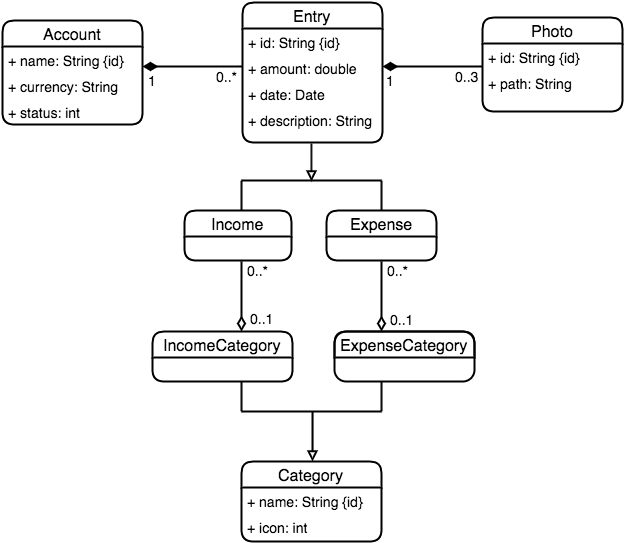
This is imagenes/class_diagram_mobile.png from susana1710/libro-pasantia, a draw.io export, as it was before one commit. Source tidied: cells renumbered, new cells last; positions are measured from the earlier drawing's top-left corner, leaving out a move shared by most shapes.
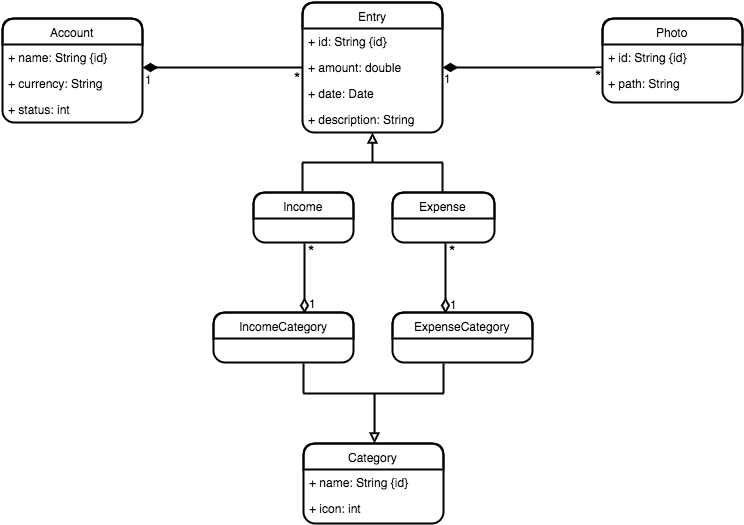
The same diagram one commit later.

The edit, as a diff of the source:
```diff
@@ -2,174 +2,173 @@
   <root>
     <mxCell id="0" />
     <mxCell id="1" parent="0" />
-    <mxCell id="2" value="&lt;font style=&quot;font-size: 16px&quot;&gt;Account&lt;/font&gt;" style="swimlane;html=1;fontStyle=0;horizontal=1;startSize=26;swimlaneFillColor=none;rounded=1;strokeWidth=2;plain-blue;strokeColor=#000000;fillColor=none;" parent="1" vertex="1">
-      <mxGeometry y="18" width="140" height="104" as="geometry" />
+    <mxCell id="2" value="Account" style="swimlane;html=1;fontStyle=0;horizontal=1;startSize=26;fillColor=none;swimlaneFillColor=#ffffff;rounded=1;strokeWidth=2;" parent="1" vertex="1">
+      <mxGeometry x="-60" y="15" width="140" height="104" as="geometry" />
     </mxCell>
-    <mxCell id="3" value="&lt;font style=&quot;font-size: 14px&quot;&gt;+ name: String {id}&lt;/font&gt;" style="text;html=1;strokeColor=none;fillColor=none;align=left;verticalAlign=top;spacingLeft=4;spacingRight=4;whiteSpace=wrap;overflow=hidden;" parent="2" vertex="1">
+    <mxCell id="3" value="+ name: String {id}" style="text;html=1;strokeColor=none;fillColor=none;align=left;verticalAlign=top;spacingLeft=4;spacingRight=4;whiteSpace=wrap;overflow=hidden;" parent="2" vertex="1">
       <mxGeometry y="26" width="140" height="26" as="geometry" />
     </mxCell>
-    <mxCell id="4" value="&lt;font style=&quot;font-size: 14px&quot;&gt;+ currency: String&lt;/font&gt;" style="text;html=1;strokeColor=none;fillColor=none;align=left;verticalAlign=top;spacingLeft=4;spacingRight=4;whiteSpace=wrap;overflow=hidden;" parent="2" vertex="1">
+    <mxCell id="4" value="+ currency: String" style="text;html=1;strokeColor=none;fillColor=none;align=left;verticalAlign=top;spacingLeft=4;spacingRight=4;whiteSpace=wrap;overflow=hidden;" parent="2" vertex="1">
       <mxGeometry y="52" width="140" height="26" as="geometry" />
     </mxCell>
-    <mxCell id="5" value="&lt;font style=&quot;font-size: 14px&quot;&gt;+ status: int&lt;/font&gt;" style="text;html=1;strokeColor=none;fillColor=none;align=left;verticalAlign=top;spacingLeft=4;spacingRight=4;whiteSpace=wrap;overflow=hidden;" parent="2" vertex="1">
+    <mxCell id="5" value="+ status: int" style="text;html=1;strokeColor=none;fillColor=none;align=left;verticalAlign=top;spacingLeft=4;spacingRight=4;whiteSpace=wrap;overflow=hidden;" parent="2" vertex="1">
       <mxGeometry y="78" width="140" height="26" as="geometry" />
     </mxCell>
-    <mxCell id="6" value="&lt;font style=&quot;font-size: 16px&quot;&gt;Entry&lt;/font&gt;" style="swimlane;html=1;fontStyle=0;horizontal=1;startSize=26;swimlaneFillColor=none;rounded=1;strokeWidth=2;plain-blue;strokeColor=#000000;fillColor=none;" parent="1" vertex="1">
-      <mxGeometry x="240" width="140" height="140" as="geometry" />
+    <mxCell id="6" value="Entry" style="swimlane;html=1;fontStyle=0;horizontal=1;startSize=26;fillColor=none;swimlaneFillColor=#ffffff;rounded=1;strokeWidth=2;" parent="1" vertex="1">
+      <mxGeometry x="240" y="-1" width="140" height="130" as="geometry" />
     </mxCell>
-    <mxCell id="7" value="&lt;font style=&quot;font-size: 14px&quot;&gt;+ id: String {id}&lt;/font&gt;" style="text;html=1;strokeColor=none;fillColor=none;align=left;verticalAlign=top;spacingLeft=4;spacingRight=4;whiteSpace=wrap;overflow=hidden;" parent="6" vertex="1">
+    <mxCell id="7" value="+ id: String {id}" style="text;html=1;strokeColor=none;fillColor=none;align=left;verticalAlign=top;spacingLeft=4;spacingRight=4;whiteSpace=wrap;overflow=hidden;" parent="6" vertex="1">
       <mxGeometry y="26" width="140" height="26" as="geometry" />
     </mxCell>
-    <mxCell id="8" value="&lt;font style=&quot;font-size: 14px&quot;&gt;+ amount: double&lt;/font&gt;" style="text;html=1;strokeColor=none;fillColor=none;align=left;verticalAlign=top;spacingLeft=4;spacingRight=4;whiteSpace=wrap;overflow=hidden;" parent="6" vertex="1">
+    <mxCell id="8" value="+ amount: double" style="text;html=1;strokeColor=none;fillColor=none;align=left;verticalAlign=top;spacingLeft=4;spacingRight=4;whiteSpace=wrap;overflow=hidden;" parent="6" vertex="1">
       <mxGeometry y="52" width="140" height="26" as="geometry" />
     </mxCell>
-    <mxCell id="9" value="&lt;font style=&quot;font-size: 14px&quot;&gt;+ date: Date&lt;/font&gt;" style="text;html=1;strokeColor=none;fillColor=none;align=left;verticalAlign=top;spacingLeft=4;spacingRight=4;whiteSpace=wrap;overflow=hidden;" parent="6" vertex="1">
+    <mxCell id="9" value="+ date: Date" style="text;html=1;strokeColor=none;fillColor=none;align=left;verticalAlign=top;spacingLeft=4;spacingRight=4;whiteSpace=wrap;overflow=hidden;" parent="6" vertex="1">
       <mxGeometry y="78" width="140" height="26" as="geometry" />
     </mxCell>
-    <mxCell id="10" value="&lt;font style=&quot;font-size: 14px&quot;&gt;+ description: String&lt;/font&gt;" style="text;html=1;strokeColor=none;fillColor=none;align=left;verticalAlign=top;spacingLeft=4;spacingRight=4;whiteSpace=wrap;overflow=hidden;" parent="6" vertex="1">
+    <mxCell id="10" value="+ description: String" style="text;html=1;strokeColor=none;fillColor=none;align=left;verticalAlign=top;spacingLeft=4;spacingRight=4;whiteSpace=wrap;overflow=hidden;" parent="6" vertex="1">
       <mxGeometry y="104" width="140" height="26" as="geometry" />
     </mxCell>
-    <mxCell id="11" value="&lt;font style=&quot;font-size: 16px&quot;&gt;Category&lt;/font&gt;" style="swimlane;html=1;fontStyle=0;horizontal=1;startSize=26;swimlaneFillColor=none;rounded=1;strokeWidth=2;plain-blue;strokeColor=#000000;fillColor=none;" parent="1" vertex="1">
-      <mxGeometry x="239" y="459" width="140" height="80" as="geometry" />
+    <mxCell id="11" value="Category" style="swimlane;html=1;fontStyle=0;horizontal=1;startSize=26;fillColor=none;swimlaneFillColor=#ffffff;rounded=1;strokeWidth=2;" parent="1" vertex="1">
+      <mxGeometry x="241" y="440" width="140" height="80" as="geometry" />
     </mxCell>
-    <mxCell id="12" value="&lt;font style=&quot;font-size: 14px&quot;&gt;+ name: String {id}&lt;/font&gt;" style="text;html=1;strokeColor=none;fillColor=none;align=left;verticalAlign=top;spacingLeft=4;spacingRight=4;whiteSpace=wrap;overflow=hidden;" parent="11" vertex="1">
+    <mxCell id="12" value="+ name: String {id}" style="text;html=1;strokeColor=none;fillColor=none;align=left;verticalAlign=top;spacingLeft=4;spacingRight=4;whiteSpace=wrap;overflow=hidden;" parent="11" vertex="1">
       <mxGeometry y="26" width="140" height="26" as="geometry" />
     </mxCell>
-    <mxCell id="13" value="&lt;font style=&quot;font-size: 14px&quot;&gt;+ icon: int&lt;/font&gt;" style="text;html=1;strokeColor=none;fillColor=none;align=left;verticalAlign=top;spacingLeft=4;spacingRight=4;whiteSpace=wrap;overflow=hidden;" parent="11" vertex="1">
+    <mxCell id="13" value="+ icon: int" style="text;html=1;strokeColor=none;fillColor=none;align=left;verticalAlign=top;spacingLeft=4;spacingRight=4;whiteSpace=wrap;overflow=hidden;" parent="11" vertex="1">
       <mxGeometry y="52" width="140" height="26" as="geometry" />
     </mxCell>
-    <mxCell id="14" value="&lt;font style=&quot;font-size: 16px&quot;&gt;Photo&lt;/font&gt;" style="swimlane;html=1;fontStyle=0;horizontal=1;startSize=26;swimlaneFillColor=none;rounded=1;strokeWidth=2;plain-blue;strokeColor=#000000;fillColor=none;" parent="1" vertex="1">
-      <mxGeometry x="480" y="15" width="140" height="94" as="geometry" />
+    <mxCell id="14" value="Photo" style="swimlane;html=1;fontStyle=0;horizontal=1;startSize=26;fillColor=none;swimlaneFillColor=#ffffff;rounded=1;strokeWidth=2;" parent="1" vertex="1">
+      <mxGeometry x="540" y="15" width="140" height="84" as="geometry" />
     </mxCell>
-    <mxCell id="15" value="&lt;font style=&quot;font-size: 14px&quot;&gt;+ id: String {id}&lt;/font&gt;&lt;div&gt;&lt;br&gt;&lt;/div&gt;" style="text;html=1;strokeColor=none;fillColor=none;align=left;verticalAlign=top;spacingLeft=4;spacingRight=4;whiteSpace=wrap;overflow=hidden;" parent="14" vertex="1">
+    <mxCell id="15" value="+ id: String {id}&lt;div&gt;&lt;br&gt;&lt;/div&gt;" style="text;html=1;strokeColor=none;fillColor=none;align=left;verticalAlign=top;spacingLeft=4;spacingRight=4;whiteSpace=wrap;overflow=hidden;" parent="14" vertex="1">
       <mxGeometry y="26" width="140" height="26" as="geometry" />
     </mxCell>
-    <mxCell id="16" value="&lt;font style=&quot;font-size: 14px&quot;&gt;+ path: String&lt;/font&gt;&lt;div&gt;&lt;br&gt;&lt;/div&gt;" style="text;html=1;strokeColor=none;fillColor=none;align=left;verticalAlign=top;spacingLeft=4;spacingRight=4;whiteSpace=wrap;overflow=hidden;" parent="14" vertex="1">
+    <mxCell id="16" value="+ path: String&lt;div&gt;&lt;br&gt;&lt;/div&gt;" style="text;html=1;strokeColor=none;fillColor=none;align=left;verticalAlign=top;spacingLeft=4;spacingRight=4;whiteSpace=wrap;overflow=hidden;" parent="14" vertex="1">
       <mxGeometry y="52" width="140" height="26" as="geometry" />
     </mxCell>
     <mxCell id="17" style="endArrow=none;html=1;edgeStyle=orthogonalEdgeStyle;strokeWidth=2;startArrow=diamondThin;startFill=1;startSize=10;" parent="1" edge="1">
       <mxGeometry relative="1" as="geometry">
-        <mxPoint x="140" y="64" as="sourcePoint" />
+        <mxPoint x="80" y="64" as="sourcePoint" />
         <mxPoint x="240" y="64" as="targetPoint" />
       </mxGeometry>
     </mxCell>
-    <mxCell id="18" value="1" style="html=1;align=left;verticalAlign=bottom;labelBackgroundColor=#ffffff;fontSize=14;" parent="17" vertex="1">
+    <mxCell id="18" value="1" style="html=1;align=left;verticalAlign=bottom;labelBackgroundColor=#ffffff;fontSize=12;" parent="17" vertex="1">
       <mxGeometry x="-1" relative="1" as="geometry">
-        <mxPoint x="3" y="24" as="offset" />
+        <mxPoint y="21" as="offset" />
       </mxGeometry>
     </mxCell>
-    <mxCell id="19" value="&lt;font style=&quot;font-size: 14px&quot;&gt;0..*&lt;/font&gt;" style="html=1;align=right;verticalAlign=bottom;labelBackgroundColor=#ffffff;fontSize=12;" parent="17" vertex="1">
+    <mxCell id="19" value="*" style="html=1;align=right;verticalAlign=bottom;labelBackgroundColor=#ffffff;fontSize=16;" parent="17" vertex="1">
       <mxGeometry x="1" relative="1" as="geometry">
-        <mxPoint x="-3" y="20" as="offset" />
+        <mxPoint y="23" as="offset" />
       </mxGeometry>
     </mxCell>
-    <mxCell id="20" style="endArrow=block;html=1;endFill=0;strokeWidth=2;" parent="1" edge="1">
+    <mxCell id="20" style="endArrow=block;html=1;entryX=0.5;entryY=1;endFill=0;strokeWidth=2;" parent="1" edge="1" target="6">
       <mxGeometry relative="1" as="geometry">
-        <mxPoint x="309" y="141" as="sourcePoint" />
-        <mxPoint x="309" y="179" as="targetPoint" />
+        <mxPoint x="310" y="159" as="sourcePoint" />
       </mxGeometry>
     </mxCell>
     <mxCell id="21" style="endArrow=none;html=1;endFill=0;strokeWidth=2;" parent="1" edge="1">
       <mxGeometry relative="1" as="geometry">
-        <mxPoint x="379" y="178" as="sourcePoint" />
-        <mxPoint x="239" y="178" as="targetPoint" />
+        <mxPoint x="380" y="159" as="sourcePoint" />
+        <mxPoint x="240" y="159" as="targetPoint" />
       </mxGeometry>
     </mxCell>
     <mxCell id="22" style="endArrow=none;html=1;endFill=0;strokeWidth=2;" parent="1" edge="1">
       <mxGeometry relative="1" as="geometry">
-        <mxPoint x="239" y="178" as="sourcePoint" />
-        <mxPoint x="239" y="208" as="targetPoint" />
+        <mxPoint x="240" y="159" as="sourcePoint" />
+        <mxPoint x="240" y="189" as="targetPoint" />
       </mxGeometry>
     </mxCell>
     <mxCell id="23" style="endArrow=none;html=1;endFill=0;strokeWidth=2;" parent="1" edge="1">
-      <mxGeometry x="332" y="179" as="geometry">
-        <mxPoint x="379" y="178" as="sourcePoint" />
-        <mxPoint x="379" y="208" as="targetPoint" />
+      <mxGeometry x="333" y="160" as="geometry">
+        <mxPoint x="380" y="159" as="sourcePoint" />
+        <mxPoint x="380" y="189" as="targetPoint" />
       </mxGeometry>
     </mxCell>
     <mxCell id="24" style="endArrow=none;html=1;entryX=0.5;entryY=1;endFill=0;startArrow=block;startFill=0;strokeWidth=2;" parent="1" edge="1">
-      <mxGeometry x="370" y="410" as="geometry">
-        <mxPoint x="310" y="459" as="sourcePoint" />
-        <mxPoint x="310" y="409" as="targetPoint" />
+      <mxGeometry x="372" y="391" as="geometry">
+        <mxPoint x="312" y="440" as="sourcePoint" />
+        <mxPoint x="312" y="390" as="targetPoint" />
       </mxGeometry>
     </mxCell>
     <mxCell id="25" style="endArrow=none;html=1;endFill=0;strokeWidth=2;" parent="1" edge="1">
-      <mxGeometry x="299" y="410" as="geometry">
-        <mxPoint x="379" y="409" as="sourcePoint" />
-        <mxPoint x="239" y="409" as="targetPoint" />
+      <mxGeometry x="301" y="391" as="geometry">
+        <mxPoint x="381" y="390" as="sourcePoint" />
+        <mxPoint x="241" y="390" as="targetPoint" />
       </mxGeometry>
     </mxCell>
     <mxCell id="26" style="endArrow=none;html=1;endFill=0;strokeWidth=2;" parent="1" edge="1">
-      <mxGeometry x="299" y="380" as="geometry">
-        <mxPoint x="239" y="379" as="sourcePoint" />
-        <mxPoint x="239" y="409" as="targetPoint" />
+      <mxGeometry x="301" y="361" as="geometry">
+        <mxPoint x="241" y="360" as="sourcePoint" />
+        <mxPoint x="241" y="390" as="targetPoint" />
       </mxGeometry>
     </mxCell>
     <mxCell id="27" style="endArrow=none;html=1;endFill=0;strokeWidth=2;" parent="1" edge="1">
-      <mxGeometry x="332" y="380" as="geometry">
-        <mxPoint x="379" y="379" as="sourcePoint" />
-        <mxPoint x="379" y="409" as="targetPoint" />
+      <mxGeometry x="334" y="361" as="geometry">
+        <mxPoint x="381" y="360" as="sourcePoint" />
+        <mxPoint x="381" y="390" as="targetPoint" />
       </mxGeometry>
     </mxCell>
     <mxCell id="28" style="endArrow=none;html=1;edgeStyle=orthogonalEdgeStyle;strokeWidth=2;startArrow=diamondThin;startFill=1;startSize=10;" parent="1" edge="1">
       <mxGeometry x="440" y="65" as="geometry">
         <mxPoint x="380" y="64" as="sourcePoint" />
-        <mxPoint x="480" y="64" as="targetPoint" />
+        <mxPoint x="540" y="64" as="targetPoint" />
       </mxGeometry>
     </mxCell>
-    <mxCell id="29" value="&lt;font style=&quot;font-size: 14px&quot;&gt;1&lt;/font&gt;" style="html=1;align=left;verticalAlign=bottom;labelBackgroundColor=#ffffff;fontSize=12;" parent="28" vertex="1">
+    <mxCell id="29" value="1" style="html=1;align=left;verticalAlign=bottom;labelBackgroundColor=#ffffff;fontSize=12;" parent="28" vertex="1">
       <mxGeometry x="-1" relative="1" as="geometry">
-        <mxPoint x="1" y="24" as="offset" />
+        <mxPoint x="-1" y="20" as="offset" />
       </mxGeometry>
     </mxCell>
-    <mxCell id="30" value="&lt;font style=&quot;font-size: 14px&quot;&gt;0..3&lt;/font&gt;" style="html=1;align=right;verticalAlign=bottom;labelBackgroundColor=#ffffff;fontSize=12;" parent="28" vertex="1">
+    <mxCell id="30" value="*" style="html=1;align=right;verticalAlign=bottom;labelBackgroundColor=#ffffff;fontSize=16;" parent="28" vertex="1">
       <mxGeometry x="1" relative="1" as="geometry">
-        <mxPoint x="-2" y="20" as="offset" />
+        <mxPoint x="1" y="21" as="offset" />
       </mxGeometry>
     </mxCell>
     <mxCell id="31" style="endArrow=none;html=1;edgeStyle=orthogonalEdgeStyle;strokeWidth=2;startArrow=diamondThin;startFill=0;startSize=10;" parent="1" edge="1">
-      <mxGeometry x="439" y="360" as="geometry">
-        <mxPoint x="379" y="329" as="sourcePoint" />
-        <mxPoint x="379" y="259" as="targetPoint" />
+      <mxGeometry x="443" y="341" as="geometry">
+        <mxPoint x="383" y="310" as="sourcePoint" />
+        <mxPoint x="383" y="240" as="targetPoint" />
       </mxGeometry>
     </mxCell>
-    <mxCell id="32" value="0..1" style="html=1;align=left;verticalAlign=bottom;labelBackgroundColor=#ffffff;fontSize=14;" parent="31" vertex="1">
+    <mxCell id="32" value="1" style="html=1;align=left;verticalAlign=bottom;labelBackgroundColor=#ffffff;fontSize=12;" parent="31" vertex="1">
       <mxGeometry x="-1" relative="1" as="geometry">
-        <mxPoint x="6" y="-2" as="offset" />
+        <mxPoint x="2" as="offset" />
       </mxGeometry>
     </mxCell>
-    <mxCell id="33" value="0..*" style="html=1;align=right;verticalAlign=bottom;labelBackgroundColor=#ffffff;fontSize=14;" parent="31" vertex="1">
+    <mxCell id="33" value="*" style="html=1;align=right;verticalAlign=bottom;labelBackgroundColor=#ffffff;fontSize=16;" parent="31" vertex="1">
       <mxGeometry x="1" relative="1" as="geometry">
-        <mxPoint x="29" y="19" as="offset" />
+        <mxPoint x="12" y="20" as="offset" />
       </mxGeometry>
     </mxCell>
-    <mxCell id="34" style="endArrow=none;html=1;edgeStyle=orthogonalEdgeStyle;strokeWidth=2;startArrow=diamondThin;startFill=0;startSize=10;endFill=0;" parent="1" edge="1">
-      <mxGeometry x="299" y="360" as="geometry">
-        <mxPoint x="239" y="329" as="sourcePoint" />
-        <mxPoint x="239" y="259" as="targetPoint" />
+    <mxCell id="34" style="endArrow=none;html=1;edgeStyle=orthogonalEdgeStyle;strokeWidth=2;startArrow=diamondThin;startFill=0;startSize=10;" parent="1" edge="1">
+      <mxGeometry x="302" y="341" as="geometry">
+        <mxPoint x="242" y="310" as="sourcePoint" />
+        <mxPoint x="242" y="240" as="targetPoint" />
       </mxGeometry>
     </mxCell>
-    <mxCell id="35" value="0..1" style="html=1;align=left;verticalAlign=bottom;labelBackgroundColor=#ffffff;fontSize=14;" parent="34" vertex="1">
+    <mxCell id="35" value="1" style="html=1;align=left;verticalAlign=bottom;labelBackgroundColor=#ffffff;fontSize=12;" parent="34" vertex="1">
       <mxGeometry x="-1" relative="1" as="geometry">
-        <mxPoint x="6" y="-3" as="offset" />
+        <mxPoint x="2" y="-1" as="offset" />
       </mxGeometry>
     </mxCell>
-    <mxCell id="36" value="0..*" style="html=1;align=right;verticalAlign=bottom;labelBackgroundColor=#ffffff;fontSize=14;" parent="34" vertex="1">
+    <mxCell id="36" value="*" style="html=1;align=right;verticalAlign=bottom;labelBackgroundColor=#ffffff;fontSize=16;" parent="34" vertex="1">
       <mxGeometry x="1" relative="1" as="geometry">
-        <mxPoint x="29" y="19" as="offset" />
+        <mxPoint x="12" y="20" as="offset" />
       </mxGeometry>
     </mxCell>
+    <mxCell id="39" value="ExpenseCategory" style="swimlane;html=1;fontStyle=0;horizontal=1;startSize=26;fillColor=none;swimlaneFillColor=#ffffff;rounded=1;strokeWidth=2;" parent="1" vertex="1">
+      <mxGeometry x="330" y="309" width="140" height="50" as="geometry" />
+    </mxCell>
+    <mxCell id="40" value="IncomeCategory" style="swimlane;html=1;fontStyle=0;horizontal=1;startSize=26;fillColor=none;swimlaneFillColor=#ffffff;rounded=1;strokeWidth=2;" parent="1" vertex="1">
+      <mxGeometry x="151" y="309" width="140" height="50" as="geometry" />
+    </mxCell>
-    <mxCell id="37" value="&lt;font style=&quot;font-size: 16px&quot;&gt;Income&lt;/font&gt;" style="swimlane;html=1;fontStyle=0;horizontal=1;startSize=26;swimlaneFillColor=none;rounded=1;strokeWidth=2;plain-blue;strokeColor=#000000;fillColor=none;" parent="1" vertex="1">
-      <mxGeometry x="182" y="208" width="107" height="50" as="geometry" />
+    <mxCell id="37" value="Income" style="swimlane;html=1;fontStyle=0;horizontal=1;startSize=26;fillColor=none;swimlaneFillColor=#ffffff;rounded=1;strokeWidth=2;" parent="1" vertex="1">
+      <mxGeometry x="191" y="189" width="100" height="50" as="geometry" />
     </mxCell>
-    <mxCell id="38" value="&lt;font style=&quot;font-size: 16px&quot;&gt;Expense&lt;/font&gt;" style="swimlane;html=1;fontStyle=0;horizontal=1;startSize=26;swimlaneFillColor=none;rounded=1;strokeWidth=2;plain-blue;strokeColor=#000000;fillColor=none;" parent="1" vertex="1">
-      <mxGeometry x="324" y="208" width="110" height="50" as="geometry" />
+    <mxCell id="38" value="Expense" style="swimlane;html=1;fontStyle=0;horizontal=1;startSize=26;fillColor=none;swimlaneFillColor=#ffffff;rounded=1;strokeWidth=2;" parent="1" vertex="1">
+      <mxGeometry x="330" y="189" width="102" height="50" as="geometry" />
     </mxCell>
-    <mxCell id="39" value="&lt;font style=&quot;font-size: 16px&quot;&gt;ExpenseCategory&lt;/font&gt;" style="swimlane;html=1;fontStyle=0;horizontal=1;startSize=26;swimlaneFillColor=#ffffff;rounded=1;strokeWidth=2;plain-blue;strokeColor=#000000;fillColor=none;" parent="1" vertex="1">
-      <mxGeometry x="332" y="329" width="140" height="50" as="geometry" />
-    </mxCell>
-    <mxCell id="40" value="&lt;font style=&quot;font-size: 16px&quot;&gt;IncomeCategory&lt;/font&gt;" style="swimlane;html=1;fontStyle=0;horizontal=1;startSize=26;swimlaneFillColor=none;rounded=1;strokeWidth=2;plain-blue;strokeColor=#000000;fillColor=none;" parent="1" vertex="1">
-      <mxGeometry x="150" y="329" width="140" height="50" as="geometry" />
-    </mxCell>
   </root>
 </mxGraphModel>
```
